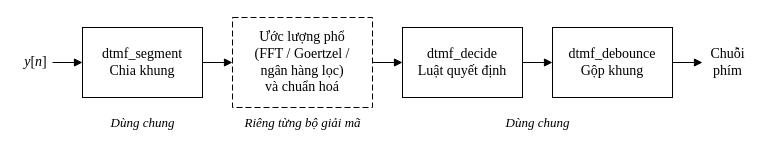
The draw.io diagram report/template/Figures/drawio/SD_chuoi_ham.drawio in AIVIETNAM-AIO-DoHongNhat/DTMF, before the edit. Source tidied: cells renumbered, new cells numbered last; positions are measured from the earlier drawing's top-left corner, leaving out a move shared by most shapes. Both pictures are drawn from the tidied source at 100%, with x=0, y=0 at pixel (17, 17).
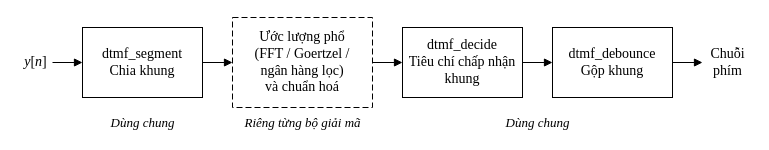
After the change.

What changed in the source:
```diff
@@
 <mxGraphModel background="#FFFFFF">
   <root>
     <mxCell id="0" />
     <mxCell id="1" parent="0" />
     <mxCell id="2" value="&lt;i&gt;y&lt;/i&gt;[&lt;i&gt;n&lt;/i&gt;]" style="text;html=1;align=center;verticalAlign=middle;fontSize=14;fontFamily=Times New Roman;fontColor=#000000;" parent="1" vertex="1">
       <mxGeometry y="30" width="35" height="30" as="geometry" />
     </mxCell>
     <mxCell id="3" value="dtmf_segment&lt;br&gt;Chia khung" style="rounded=0;whiteSpace=wrap;html=1;strokeColor=#000000;fillColor=#FFFFFF;strokeWidth=1;fontSize=14;fontFamily=Times New Roman;fontColor=#000000;" parent="1" vertex="1">
       <mxGeometry x="65" y="10" width="120" height="70" as="geometry" />
     </mxCell>
     <mxCell id="4" value="Ước lượng phổ&lt;br&gt;(FFT / Goertzel /&lt;br&gt;ngân hàng lọc)&lt;br&gt;và chuẩn hoá" style="rounded=0;whiteSpace=wrap;html=1;strokeColor=#000000;fillColor=#FFFFFF;strokeWidth=1;dashed=1;dashPattern=6 3;fontSize=14;fontFamily=Times New Roman;fontColor=#000000;" parent="1" vertex="1">
       <mxGeometry x="215" width="140" height="90" as="geometry" />
     </mxCell>
-    <mxCell id="5" value="dtmf_decide&lt;br&gt;Luật quyết định" style="rounded=0;whiteSpace=wrap;html=1;strokeColor=#000000;fillColor=#FFFFFF;strokeWidth=1;fontSize=14;fontFamily=Times New Roman;fontColor=#000000;" parent="1" vertex="1">
+    <mxCell id="5" value="dtmf_decide&lt;br&gt;Tiêu chí chấp nhận khung" style="rounded=0;whiteSpace=wrap;html=1;strokeColor=#000000;fillColor=#FFFFFF;strokeWidth=1;fontSize=14;fontFamily=Times New Roman;fontColor=#000000;" parent="1" vertex="1">
       <mxGeometry x="385" y="10" width="120" height="70" as="geometry" />
     </mxCell>
     <mxCell id="6" value="dtmf_debounce&lt;br&gt;Gộp khung" style="rounded=0;whiteSpace=wrap;html=1;strokeColor=#000000;fillColor=#FFFFFF;strokeWidth=1;fontSize=14;fontFamily=Times New Roman;fontColor=#000000;" parent="1" vertex="1">
       <mxGeometry x="535" y="10" width="120" height="70" as="geometry" />
     </mxCell>
     <mxCell id="7" value="Chuỗi&lt;br&gt;phím" style="text;html=1;align=center;verticalAlign=middle;fontSize=14;fontFamily=Times New Roman;fontColor=#000000;" parent="1" vertex="1">
       <mxGeometry x="685" y="25" width="50" height="40" as="geometry" />
     </mxCell>
     <mxCell id="8" value="&lt;i&gt;Dùng chung&lt;/i&gt;" style="text;html=1;align=center;verticalAlign=middle;fontSize=13;fontFamily=Times New Roman;fontColor=#000000;" parent="1" vertex="1">
       <mxGeometry x="65" y="95" width="120" height="20" as="geometry" />
     </mxCell>
     <mxCell id="9" value="&lt;i&gt;Riêng từng bộ giải mã&lt;/i&gt;" style="text;html=1;align=center;verticalAlign=middle;fontSize=13;fontFamily=Times New Roman;fontColor=#000000;" parent="1" vertex="1">
       <mxGeometry x="205" y="95" width="160" height="20" as="geometry" />
     </mxCell>
     <mxCell id="10" value="&lt;i&gt;Dùng chung&lt;/i&gt;" style="text;html=1;align=center;verticalAlign=middle;fontSize=13;fontFamily=Times New Roman;fontColor=#000000;" parent="1" vertex="1">
       <mxGeometry x="385" y="95" width="270" height="20" as="geometry" />
     </mxCell>
     <mxCell id="11" style="edgeStyle=orthogonalEdgeStyle;rounded=0;html=1;strokeColor=#000000;strokeWidth=1;endArrow=block;endFill=1;endSize=6;" parent="1" edge="1" source="2" target="3">
       <mxGeometry relative="1" as="geometry" />
     </mxCell>
     <mxCell id="12" style="edgeStyle=orthogonalEdgeStyle;rounded=0;html=1;strokeColor=#000000;strokeWidth=1;endArrow=block;endFill=1;endSize=6;" parent="1" edge="1" source="3" target="4">
       <mxGeometry relative="1" as="geometry" />
     </mxCell>
     <mxCell id="13" style="edgeStyle=orthogonalEdgeStyle;rounded=0;html=1;strokeColor=#000000;strokeWidth=1;endArrow=block;endFill=1;endSize=6;" parent="1" edge="1" source="4" target="5">
       <mxGeometry relative="1" as="geometry" />
     </mxCell>
     <mxCell id="14" style="edgeStyle=orthogonalEdgeStyle;rounded=0;html=1;strokeColor=#000000;strokeWidth=1;endArrow=block;endFill=1;endSize=6;" parent="1" edge="1" source="5" target="6">
       <mxGeometry relative="1" as="geometry" />
     </mxCell>
     <mxCell id="15" style="edgeStyle=orthogonalEdgeStyle;rounded=0;html=1;strokeColor=#000000;strokeWidth=1;endArrow=block;endFill=1;endSize=6;" parent="1" edge="1" source="6" target="7">
       <mxGeometry relative="1" as="geometry" />
     </mxCell>
   </root>
 </mxGraphModel>
```
